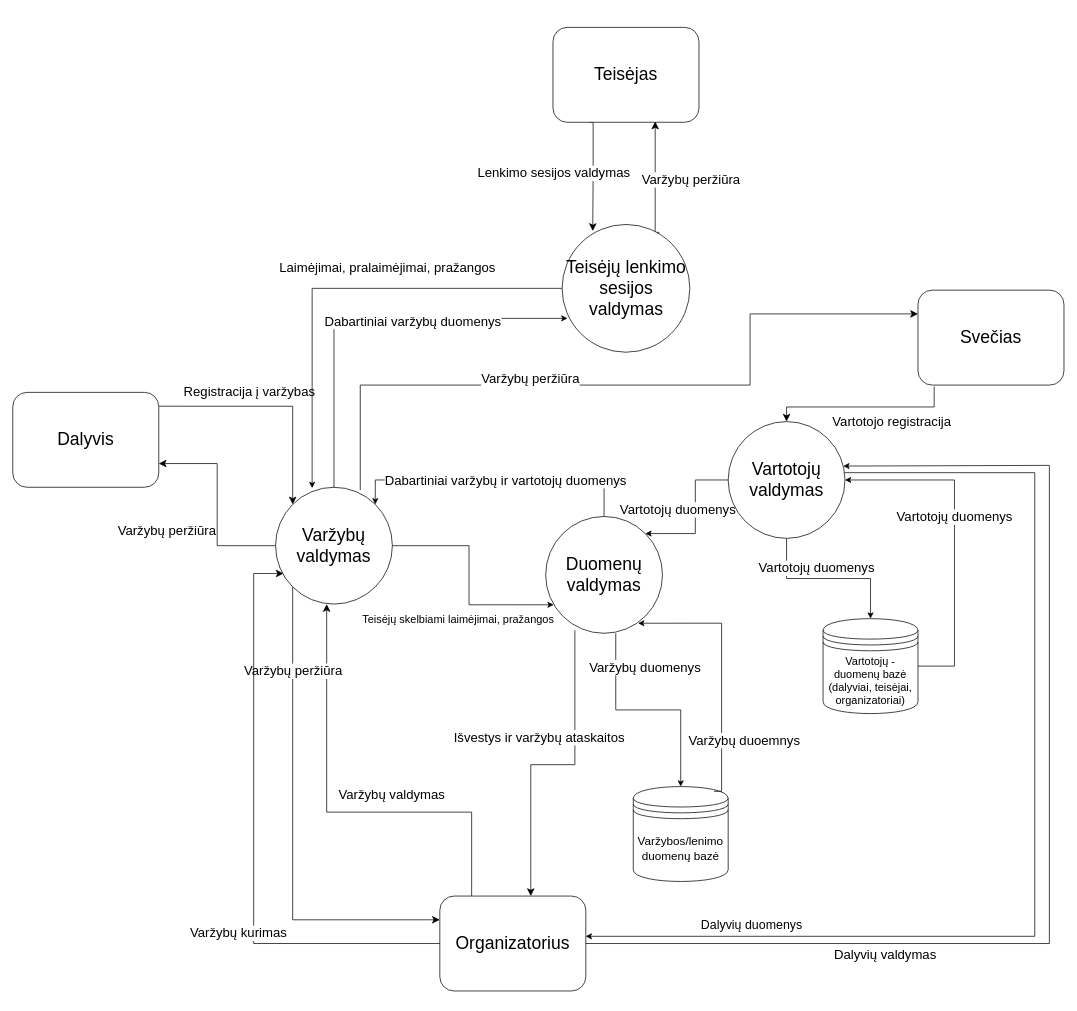
This is page "Page-3" (3 of 9) of Untitled Diagram.drawio from rytuks1337/realizacija, a draw.io file, before an edit. Source tidied: cells renumbered, new cells numbered last; positions are measured from the earlier drawing's top-left corner, leaving out a move shared by most shapes. Both pictures are drawn from the tidied source at 73%, with x=0, y=0 at pixel (12, 27).
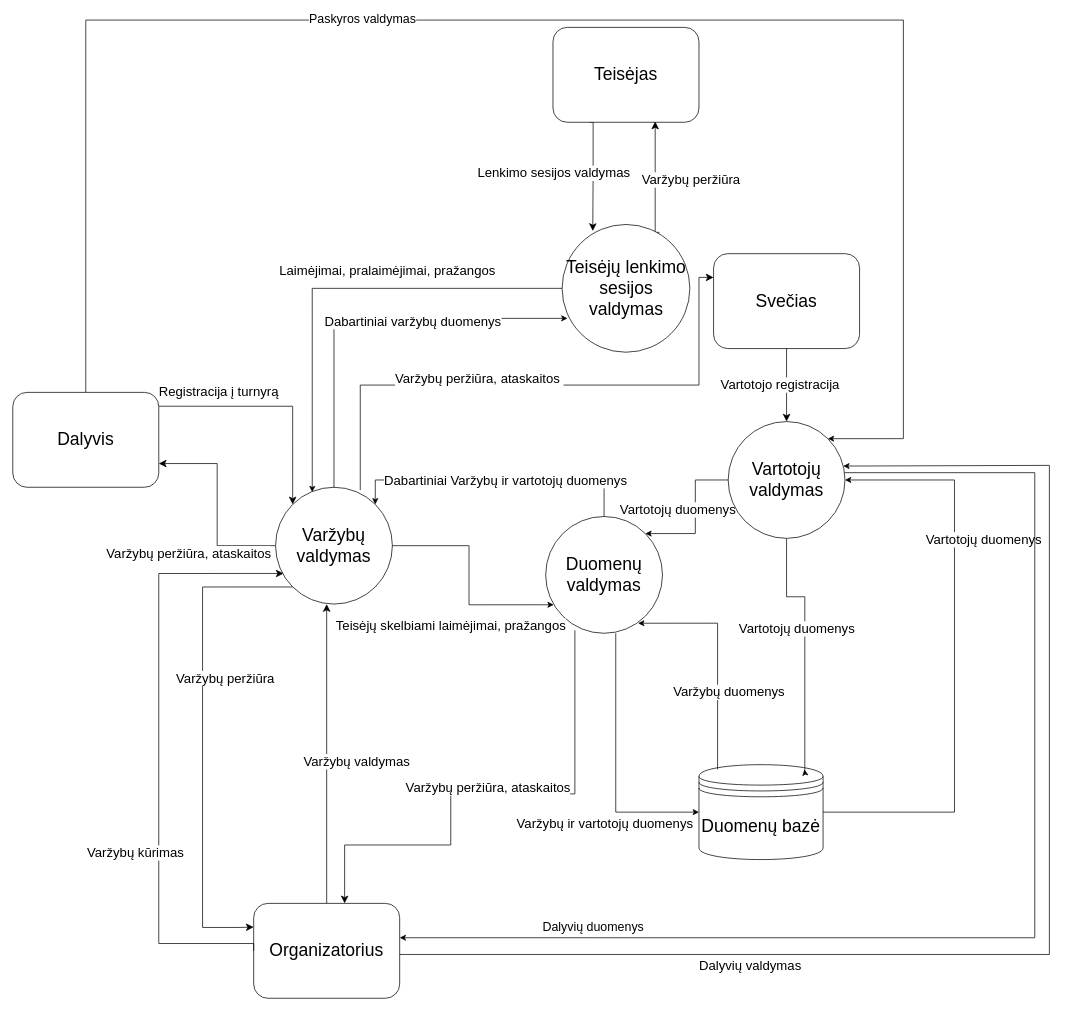
Above is the later version.

Unchanged cells that the change refers to:
```xml
<mxCell id="2" style="endArrow=classic;html=1;rounded=0;endSize=8;startSize=8;exitX=1;exitY=0.146;exitDx=0;exitDy=0;exitPerimeter=0;entryX=0;entryY=0;entryDx=0;entryDy=0;edgeStyle=orthogonalEdgeStyle;" parent="1" edge="1" source="10" target="38">
  <mxGeometry relative="1" as="geometry">
    <Array as="points">
      <mxPoint x="383" y="519" />
    </Array>
  </mxGeometry>
</mxCell>
<mxCell id="10" value="&lt;span style=&quot;font-size: 24px;&quot;&gt;Dalyvis&lt;/span&gt;" style="rounded=1;whiteSpace=wrap;html=1;" parent="1" vertex="1">
  <mxGeometry y="500" width="200" height="130" as="geometry" />
</mxCell>
<mxCell id="13" style="endArrow=classic;html=1;rounded=0;endSize=8;startSize=8;exitX=0;exitY=0.5;exitDx=0;exitDy=0;entryX=1;entryY=0.75;entryDx=0;entryDy=0;edgeStyle=orthogonalEdgeStyle;" parent="1" edge="1" source="38" target="10">
  <mxGeometry relative="1" as="geometry" />
</mxCell>
<mxCell id="31" value="&lt;font style=&quot;font-size: 24px;&quot;&gt;Teisėjų lenkimo sesijos valdymas&lt;/font&gt;" style="ellipse;whiteSpace=wrap;html=1;" parent="1" vertex="1">
  <mxGeometry x="752.5" y="270" width="175" height="175" as="geometry" />
</mxCell>
<mxCell id="37" value="&lt;span style=&quot;font-size: 24px;&quot;&gt;Vartotojų valdymas&lt;/span&gt;" style="ellipse;whiteSpace=wrap;html=1;" parent="1" vertex="1">
  <mxGeometry x="980" y="540" width="160" height="160" as="geometry" />
</mxCell>
<mxCell id="38" value="&lt;span style=&quot;font-size: 24px;&quot;&gt;Varžybų valdymas&lt;/span&gt;" style="ellipse;whiteSpace=wrap;html=1;" parent="1" vertex="1">
  <mxGeometry x="360" y="630" width="160" height="160" as="geometry" />
</mxCell>
<mxCell id="39" style="edgeStyle=orthogonalEdgeStyle;rounded=0;jettySize=auto;html=1;entryX=1;entryY=0;entryDx=0;entryDy=0;" parent="1" edge="1" source="41" target="38">
  <mxGeometry relative="1" as="geometry">
    <Array as="points">
      <mxPoint x="497" y="620" />
    </Array>
  </mxGeometry>
</mxCell>
<mxCell id="41" value="&lt;span style=&quot;font-size: 24px;&quot;&gt;Duomenų valdymas&lt;/span&gt;" style="ellipse;whiteSpace=wrap;html=1;" parent="1" vertex="1">
  <mxGeometry x="730" y="670" width="160" height="160" as="geometry" />
</mxCell>
<mxCell id="46" style="edgeStyle=orthogonalEdgeStyle;rounded=0;jettySize=auto;html=1;entryX=0.069;entryY=0.756;entryDx=0;entryDy=0;entryPerimeter=0;" parent="1" edge="1" source="38" target="41">
  <mxGeometry relative="1" as="geometry" />
</mxCell>
```

The edit, as a diff of the source:
```diff
@@
+    <mxCell id="54" value="&lt;span style=&quot;font-size: 24px;&quot;&gt;Duomenų bazė&lt;/span&gt;" style="shape=datastore;whiteSpace=wrap;html=1;" parent="1" vertex="1">
+      <mxGeometry x="940" y="1010" width="170" height="130" as="geometry" />
+    </mxCell>
@@
-    <mxCell id="3" value="&lt;span style=&quot;font-size: 18px;&quot;&gt;Registracija į varžybas&lt;/span&gt;" style="edgeLabel;html=1;align=center;verticalAlign=middle;" parent="2" vertex="1">
+    <mxCell id="3" value="&lt;span style=&quot;font-size: 18px;&quot;&gt;Registracija į turnyrą&lt;/span&gt;" style="edgeLabel;html=1;align=center;verticalAlign=middle;" parent="2" vertex="1">
       <mxGeometry x="-0.39" y="1" relative="1" as="geometry">
-        <mxPoint x="26" y="-18" as="offset" />
+        <mxPoint x="-16" y="-18" as="offset" />
       </mxGeometry>
     </mxCell>
-    <mxCell id="4" style="endArrow=classic;html=1;rounded=0;endSize=8;startSize=8;exitX=0.218;exitY=0.003;exitDx=0;exitDy=0;exitPerimeter=0;entryX=0.5;entryY=1;entryDx=0;entryDy=0;edgeStyle=orthogonalEdgeStyle;" parent="1" edge="1" source="12">
+    <mxCell id="4" style="endArrow=classic;html=1;rounded=0;endSize=8;startSize=8;exitX=0.5;exitY=0;exitDx=0;exitDy=0;exitPerimeter=0;entryX=0.5;entryY=1;entryDx=0;entryDy=0;edgeStyle=orthogonalEdgeStyle;" parent="1" edge="1" source="12">
       <mxGeometry relative="1" as="geometry">
         <mxPoint x="430" y="790" as="targetPoint" />
         <Array as="points">
-          <mxPoint x="629" y="1075" />
-          <mxPoint x="430" y="1075" />
+          <mxPoint x="430" y="1000" />
+          <mxPoint x="430" y="1000" />
         </Array>
       </mxGeometry>
     </mxCell>
     <mxCell id="5" value="&lt;span style=&quot;font-size: 18px;&quot;&gt;Varžybų valdymas&lt;/span&gt;" style="edgeLabel;html=1;align=center;verticalAlign=middle;" parent="4" vertex="1">
       <mxGeometry x="-0.39" y="1" relative="1" as="geometry">
-        <mxPoint x="-42" y="-26" as="offset" />
+        <mxPoint x="41" y="-70" as="offset" />
       </mxGeometry>
     </mxCell>
     <mxCell id="6" style="endArrow=classic;html=1;rounded=0;endSize=8;startSize=8;entryX=0.623;entryY=0;entryDx=0;entryDy=0;entryPerimeter=0;exitX=0.25;exitY=0.975;exitDx=0;exitDy=0;exitPerimeter=0;edgeStyle=orthogonalEdgeStyle;" parent="1" edge="1" source="41" target="12">
-      <mxGeometry relative="1" as="geometry" />
+      <mxGeometry relative="1" as="geometry">
+        <Array as="points">
+          <mxPoint x="770" y="1050" />
+          <mxPoint x="600" y="1050" />
+          <mxPoint x="600" y="1120" />
+          <mxPoint x="455" y="1120" />
+        </Array>
+      </mxGeometry>
     </mxCell>
-    <mxCell id="7" value="&lt;span style=&quot;font-size: 18px;&quot;&gt;Išvestys ir varžybų ataskaitos&lt;/span&gt;" style="edgeLabel;html=1;align=center;verticalAlign=middle;" parent="6" vertex="1">
+    <mxCell id="7" value="&lt;span style=&quot;font-size: 18px;&quot;&gt;Varžybų peržiūra, ataskaitos&lt;/span&gt;" style="edgeLabel;html=1;align=center;verticalAlign=middle;" parent="6" vertex="1">
       <mxGeometry x="-0.39" y="1" relative="1" as="geometry">
-        <mxPoint x="-51" y="17" as="offset" />
+        <mxPoint x="-121" y="5" as="offset" />
       </mxGeometry>
     </mxCell>
@@
+    <mxCell id="55" style="edgeStyle=orthogonalEdgeStyle;rounded=0;jettySize=auto;html=1;entryX=1;entryY=0;entryDx=0;entryDy=0;" parent="1" edge="1" source="10" target="37">
+      <mxGeometry relative="1" as="geometry">
+        <Array as="points">
+          <mxPoint x="100" y="-10" />
+          <mxPoint x="1220" y="-10" />
+          <mxPoint x="1220" y="563" />
+        </Array>
+      </mxGeometry>
+    </mxCell>
+    <mxCell id="56" value="&lt;font style=&quot;font-size: 17px;&quot;&gt;Paskyros valdymas&lt;/font&gt;" style="edgeLabel;html=1;align=center;verticalAlign=middle;" parent="55" vertex="1">
+      <mxGeometry x="-0.23" y="1" relative="1" as="geometry" />
+    </mxCell>
@@
     <mxCell id="12" value="&lt;span style=&quot;font-size: 24px;&quot;&gt;Organizatorius&lt;/span&gt;" style="rounded=1;whiteSpace=wrap;html=1;points=[[0,0,0,0,0],[0,0.25,0,0,0],[0,0.5,0,0,0],[0,0.75,0,0,0],[0,1,0,0,0],[0.25,1,0,0,0],[0.27,0,0,0,0],[0.5,0,0,0,0],[0.5,1,0,0,0],[0.75,0,0,0,0],[0.75,1,0,0,0],[1,0,0,0,0],[1,0.25,0,0,0],[1,0.5,0,0,0],[1,0.75,0,0,0],[1,1,0,0,0]];" parent="1" vertex="1">
-      <mxGeometry x="585" y="1190" width="200" height="130" as="geometry" />
+      <mxGeometry x="330" y="1200" width="200" height="130" as="geometry" />
     </mxCell>
@@
-    <mxCell id="14" value="&lt;span style=&quot;font-size: 18px;&quot;&gt;Varžybų peržiūra&lt;/span&gt;" style="edgeLabel;html=1;align=center;verticalAlign=middle;" parent="13" vertex="1">
+    <mxCell id="14" value="&lt;span style=&quot;font-size: 18px;&quot;&gt;Varžybų peržiūra, ataskaitos&lt;/span&gt;" style="edgeLabel;html=1;align=center;verticalAlign=middle;" parent="13" vertex="1">
       <mxGeometry x="-0.39" y="1" relative="1" as="geometry">
-        <mxPoint x="-69" y="-18" as="offset" />
+        <mxPoint x="-39" y="13" as="offset" />
       </mxGeometry>
     </mxCell>
     <mxCell id="15" value="&lt;span style=&quot;font-size: 24px;&quot;&gt;Svečias&lt;/span&gt;" style="rounded=1;whiteSpace=wrap;html=1;" parent="1" vertex="1">
-      <mxGeometry x="1240" y="360" width="200" height="130" as="geometry" />
+      <mxGeometry x="960" y="310" width="200" height="130" as="geometry" />
     </mxCell>
     <mxCell id="16" style="endArrow=classic;html=1;rounded=0;endSize=8;startSize=8;entryX=0;entryY=0.25;entryDx=0;entryDy=0;exitX=0.725;exitY=0.025;exitDx=0;exitDy=0;exitPerimeter=0;edgeStyle=orthogonalEdgeStyle;" parent="1" edge="1" source="38" target="15">
       <mxGeometry relative="1" as="geometry">
         <Array as="points">
           <mxPoint x="476" y="490" />
-          <mxPoint x="1010" y="490" />
-          <mxPoint x="1010" y="393" />
+          <mxPoint x="940" y="490" />
+          <mxPoint x="940" y="342" />
         </Array>
       </mxGeometry>
     </mxCell>
-    <mxCell id="17" value="&lt;span style=&quot;font-size: 18px;&quot;&gt;Varžybų peržiūra&lt;/span&gt;" style="edgeLabel;html=1;align=center;verticalAlign=middle;" parent="16" vertex="1">
+    <mxCell id="17" value="&lt;span style=&quot;font-size: 18px;&quot;&gt;Varžybų peržiūra, ataskaitos&amp;nbsp;&lt;/span&gt;" style="edgeLabel;html=1;align=center;verticalAlign=middle;" parent="16" vertex="1">
       <mxGeometry x="-0.39" y="1" relative="1" as="geometry">
         <mxPoint x="69" y="-9" as="offset" />
       </mxGeometry>
     </mxCell>
-    <mxCell id="18" style="endArrow=classic;html=1;rounded=0;endSize=8;startSize=8;entryX=0.5;entryY=0;entryDx=0;entryDy=0;edgeStyle=orthogonalEdgeStyle;exitX=0.111;exitY=1.015;exitDx=0;exitDy=0;exitPerimeter=0;" parent="1" edge="1" source="15" target="37">
-      <mxGeometry relative="1" as="geometry">
-        <Array as="points">
-          <mxPoint x="1262" y="520" />
-          <mxPoint x="1060" y="520" />
-        </Array>
-      </mxGeometry>
+    <mxCell id="18" style="endArrow=classic;html=1;rounded=0;endSize=8;startSize=8;entryX=0.5;entryY=0;entryDx=0;entryDy=0;edgeStyle=orthogonalEdgeStyle;exitX=0.5;exitY=1;exitDx=0;exitDy=0;" parent="1" edge="1" source="15" target="37">
+      <mxGeometry relative="1" as="geometry" />
     </mxCell>
@@
     <mxCell id="20" style="endArrow=classic;html=1;rounded=0;endSize=8;startSize=8;exitX=0;exitY=1;exitDx=0;exitDy=0;edgeStyle=orthogonalEdgeStyle;entryX=0;entryY=0.25;entryDx=0;entryDy=0;entryPerimeter=0;" parent="1" edge="1" source="38" target="12">
       <mxGeometry relative="1" as="geometry">
         <Array as="points">
-          <mxPoint x="383" y="1223" />
+          <mxPoint x="260" y="767" />
+          <mxPoint x="260" y="1233" />
+          <mxPoint x="310" y="1233" />
         </Array>
       </mxGeometry>
     </mxCell>
     <mxCell id="21" value="&lt;span style=&quot;font-size: 18px;&quot;&gt;Varžybų peržiūra&lt;/span&gt;" style="edgeLabel;html=1;align=center;verticalAlign=middle;" parent="20" vertex="1">
       <mxGeometry x="-0.39" y="1" relative="1" as="geometry">
-        <mxPoint x="-1" y="-86" as="offset" />
+        <mxPoint x="29" y="47" as="offset" />
       </mxGeometry>
     </mxCell>
     <mxCell id="22" style="endArrow=classic;html=1;rounded=0;endSize=8;startSize=8;exitX=0;exitY=0.5;exitDx=0;exitDy=0;exitPerimeter=0;entryX=0.069;entryY=0.738;entryDx=0;entryDy=0;entryPerimeter=0;edgeStyle=orthogonalEdgeStyle;" parent="1" edge="1" source="12" target="38">
       <mxGeometry relative="1" as="geometry">
         <Array as="points">
           <mxPoint x="330" y="1255" />
-          <mxPoint x="330" y="748" />
+          <mxPoint x="200" y="1255" />
+          <mxPoint x="200" y="748" />
         </Array>
       </mxGeometry>
     </mxCell>
-    <mxCell id="23" value="&lt;span style=&quot;font-size: 18px;&quot;&gt;Varžybų kurimas&lt;/span&gt;" style="edgeLabel;html=1;align=center;verticalAlign=middle;" parent="22" vertex="1">
+    <mxCell id="23" value="&lt;span style=&quot;font-size: 18px;&quot;&gt;Varžybų kūrimas&lt;/span&gt;" style="edgeLabel;html=1;align=center;verticalAlign=middle;" parent="22" vertex="1">
       <mxGeometry x="-0.39" y="1" relative="1" as="geometry">
         <mxPoint x="-32" y="-16" as="offset" />
       </mxGeometry>
     </mxCell>
@@
-    <mxCell id="26" style="edgeStyle=orthogonalEdgeStyle;rounded=0;jettySize=auto;html=1;entryX=1;entryY=0.5;entryDx=0;entryDy=0;" parent="1" edge="1" source="28" target="37">
+    <mxCell id="26" style="edgeStyle=orthogonalEdgeStyle;rounded=0;jettySize=auto;html=1;entryX=1;entryY=0.5;entryDx=0;entryDy=0;exitX=1;exitY=0.5;exitDx=0;exitDy=0;" parent="1" edge="1" source="54" target="37">
       <mxGeometry relative="1" as="geometry">
         <Array as="points">
-          <mxPoint x="1290" y="875" />
+          <mxPoint x="1290" y="1075" />
           <mxPoint x="1290" y="620" />
         </Array>
       </mxGeometry>
     </mxCell>
@@
-    <mxCell id="28" value="&lt;font style=&quot;font-size: 15px;&quot;&gt;Vartotojų - duomenų bazė (dalyviai, teisėjai, organizatoriai)&lt;/font&gt;" style="shape=datastore;whiteSpace=wrap;html=1;" parent="1" vertex="1">
-      <mxGeometry x="1110" y="810" width="130" height="130" as="geometry" />
-    </mxCell>
-    <mxCell id="29" style="edgeStyle=orthogonalEdgeStyle;rounded=0;jettySize=auto;html=1;entryX=0.313;entryY=0.007;entryDx=0;entryDy=0;entryPerimeter=0;" parent="1" edge="1" source="31" target="38">
+    <mxCell id="29" style="edgeStyle=orthogonalEdgeStyle;rounded=0;jettySize=auto;html=1;entryX=0.314;entryY=0.042;entryDx=0;entryDy=0;entryPerimeter=0;" parent="1" edge="1" source="31" target="38">
       <mxGeometry relative="1" as="geometry" />
     </mxCell>
@@
-    <mxCell id="32" value="&lt;font style=&quot;font-size: 16px;&quot;&gt;Varžybos/lenimo duomenų bazė&lt;/font&gt;" style="shape=datastore;whiteSpace=wrap;html=1;" parent="1" vertex="1">
-      <mxGeometry x="850" y="1040" width="130" height="130" as="geometry" />
-    </mxCell>
-    <mxCell id="33" style="edgeStyle=orthogonalEdgeStyle;rounded=0;jettySize=auto;html=1;entryX=0.5;entryY=0;entryDx=0;entryDy=0;" parent="1" edge="1" source="37" target="28">
-      <mxGeometry relative="1" as="geometry" />
+    <mxCell id="33" style="edgeStyle=orthogonalEdgeStyle;rounded=0;jettySize=auto;html=1;entryX=0.85;entryY=0.05;entryDx=0;entryDy=0;entryPerimeter=0;" parent="1" edge="1" source="37" target="54">
+      <mxGeometry relative="1" as="geometry">
+        <Array as="points">
+          <mxPoint x="1060" y="780" />
+          <mxPoint x="1085" y="780" />
+          <mxPoint x="1085" y="1020" />
+        </Array>
+      </mxGeometry>
     </mxCell>
@@
-    <mxCell id="40" value="&lt;span style=&quot;font-size: 18px;&quot;&gt;Dabartiniai varžybų ir vartotojų duomenys&lt;/span&gt;" style="edgeLabel;html=1;align=center;verticalAlign=middle;" parent="39" vertex="1">
+    <mxCell id="40" value="&lt;span style=&quot;font-size: 18px;&quot;&gt;Dabartiniai Varžybų ir vartotojų duomenys&lt;/span&gt;" style="edgeLabel;html=1;align=center;verticalAlign=middle;" parent="39" vertex="1">
       <mxGeometry x="0.27" y="-2" relative="1" as="geometry">
         <mxPoint x="66" y="2" as="offset" />
       </mxGeometry>
     </mxCell>
@@
-    <mxCell id="42" style="edgeStyle=orthogonalEdgeStyle;rounded=0;jettySize=auto;html=1;exitX=0.6;exitY=1;exitDx=0;exitDy=0;exitPerimeter=0;" parent="1" edge="1" source="41" target="32">
+    <mxCell id="42" style="edgeStyle=orthogonalEdgeStyle;rounded=0;jettySize=auto;html=1;exitX=0.6;exitY=1;exitDx=0;exitDy=0;exitPerimeter=0;entryX=0;entryY=0.5;entryDx=0;entryDy=0;" parent="1" edge="1" source="41" target="54">
       <mxGeometry relative="1" as="geometry" />
     </mxCell>
-    <mxCell id="43" value="&lt;font style=&quot;font-size: 18px;&quot;&gt;Varžybų duomenys&lt;/font&gt;" style="edgeLabel;html=1;align=center;verticalAlign=middle;" parent="42" vertex="1">
+    <mxCell id="43" value="&lt;font style=&quot;font-size: 18px;&quot;&gt;Varžybų ir vartotojų duomenys&lt;/font&gt;" style="edgeLabel;html=1;align=center;verticalAlign=middle;" parent="42" vertex="1">
       <mxGeometry x="0.32" y="2" relative="1" as="geometry">
-        <mxPoint x="-52" y="-62" as="offset" />
+        <mxPoint x="-18" y="23" as="offset" />
       </mxGeometry>
     </mxCell>
-    <mxCell id="44" style="edgeStyle=orthogonalEdgeStyle;rounded=0;jettySize=auto;html=1;entryX=0.791;entryY=0.914;entryDx=0;entryDy=0;exitX=0.85;exitY=0.05;exitDx=0;exitDy=0;exitPerimeter=0;entryPerimeter=0;" parent="1" edge="1" source="32" target="41">
+    <mxCell id="44" style="edgeStyle=orthogonalEdgeStyle;rounded=0;jettySize=auto;html=1;entryX=0.791;entryY=0.914;entryDx=0;entryDy=0;exitX=0.15;exitY=0.05;exitDx=0;exitDy=0;exitPerimeter=0;entryPerimeter=0;" parent="1" edge="1" source="54" target="41">
       <mxGeometry relative="1" as="geometry">
         <Array as="points">
-          <mxPoint x="971" y="1046" />
-          <mxPoint x="971" y="816" />
+          <mxPoint x="966" y="816" />
         </Array>
       </mxGeometry>
     </mxCell>
-    <mxCell id="45" value="&lt;font style=&quot;font-size: 18px;&quot;&gt;Varžybų duoemnys&lt;/font&gt;" style="edgeLabel;html=1;align=center;verticalAlign=middle;" parent="44" vertex="1">
+    <mxCell id="45" value="&lt;font style=&quot;font-size: 18px;&quot;&gt;Varžybų duomenys&lt;/font&gt;" style="edgeLabel;html=1;align=center;verticalAlign=middle;" parent="44" vertex="1">
       <mxGeometry x="-0.16" y="3" relative="1" as="geometry">
-        <mxPoint x="33" y="68" as="offset" />
+        <mxPoint x="18" y="24" as="offset" />
       </mxGeometry>
     </mxCell>
@@
-    <mxCell id="47" value="&lt;font style=&quot;font-size: 15px;&quot;&gt;Teisėjų skelbiami laimėjimai, pražangos&lt;/font&gt;" style="edgeLabel;html=1;align=center;verticalAlign=middle;" parent="46" vertex="1">
+    <mxCell id="47" value="&lt;font style=&quot;font-size: 18px;&quot;&gt;Teisėjų skelbiami laimėjimai, pražangos&lt;/font&gt;" style="edgeLabel;html=1;align=center;verticalAlign=middle;" parent="46" vertex="1">
       <mxGeometry x="0.3" y="-2" relative="1" as="geometry">
-        <mxPoint x="-26" y="17" as="offset" />
+        <mxPoint x="-36" y="27" as="offset" />
       </mxGeometry>
     </mxCell>
@@
     <mxCell id="50" style="edgeStyle=orthogonalEdgeStyle;rounded=0;jettySize=auto;html=1;entryX=0.985;entryY=0.381;entryDx=0;entryDy=0;entryPerimeter=0;" parent="1" edge="1" source="12" target="37">
       <mxGeometry relative="1" as="geometry">
         <Array as="points">
-          <mxPoint x="1420" y="1255" />
+          <mxPoint x="1420" y="1270" />
           <mxPoint x="1420" y="600" />
           <mxPoint x="1138" y="600" />
         </Array>
       </mxGeometry>
     </mxCell>
@@
-    <mxCell id="52" style="edgeStyle=orthogonalEdgeStyle;rounded=0;jettySize=auto;html=1;entryX=0.999;entryY=0.424;entryDx=0;entryDy=0;entryPerimeter=0;" parent="1" edge="1" source="37" target="12">
+    <mxCell id="52" style="edgeStyle=orthogonalEdgeStyle;rounded=0;jettySize=auto;html=1;entryX=1;entryY=0.362;entryDx=0;entryDy=0;entryPerimeter=0;" parent="1" edge="1" source="37" target="12">
       <mxGeometry relative="1" as="geometry">
         <Array as="points">
           <mxPoint x="1400" y="610" />
-          <mxPoint x="1400" y="1245" />
+          <mxPoint x="1400" y="1247" />
         </Array>
       </mxGeometry>
     </mxCell>
```
